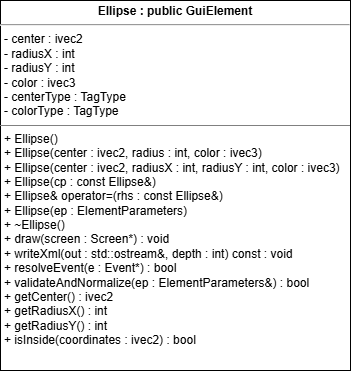
Before: images/Ellipse_UML.png, a diagram exported from draw.io (cgreen2048/ArtHuddle). Source tidied: cells renumbered, new cells last; positions are measured from the earlier drawing's top-left corner, leaving out a move shared by most shapes.
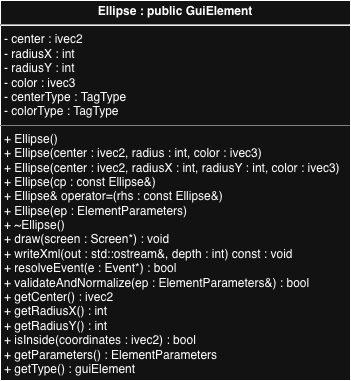
The same file after the commit.

Change to the diagram source:
```diff
@@ -2,8 +2,8 @@
   <root>
     <mxCell id="0" />
     <mxCell id="1" parent="0" />
-    <mxCell id="2" value="&lt;p style=&quot;margin:0px;margin-top:4px;text-align:center;&quot;&gt;&lt;b&gt;Ellipse : public GuiElement&lt;/b&gt;&lt;/p&gt;&lt;hr&gt;&lt;p style=&quot;margin:0px;margin-left:4px;&quot;&gt;- center :&amp;nbsp;&lt;span style=&quot;background-color: transparent; color: light-dark(rgb(0, 0, 0), rgb(255, 255, 255));&quot;&gt;ivec2&lt;/span&gt;&lt;/p&gt;&lt;p style=&quot;margin:0px;margin-left:4px;&quot;&gt;- radiusX : int&lt;/p&gt;&lt;p style=&quot;margin:0px;margin-left:4px;&quot;&gt;- radiusY : int&lt;/p&gt;&lt;p style=&quot;margin:0px;margin-left:4px;&quot;&gt;- color : ivec3&lt;/p&gt;&lt;p style=&quot;margin:0px;margin-left:4px;&quot;&gt;- centerType :&amp;nbsp;&lt;span style=&quot;background-color: transparent; color: light-dark(rgb(0, 0, 0), rgb(255, 255, 255));&quot;&gt;TagType&lt;/span&gt;&lt;/p&gt;&lt;p style=&quot;margin:0px;margin-left:4px;&quot;&gt;- colorType : TagType&lt;/p&gt;&lt;hr size=&quot;1&quot; style=&quot;border-style:solid;&quot;&gt;&lt;p style=&quot;margin:0px;margin-left:4px;&quot;&gt;+ Ellipse()&lt;/p&gt;&lt;p style=&quot;margin:0px;margin-left:4px;&quot;&gt;&lt;span style=&quot;background-color: transparent; color: light-dark(rgb(0, 0, 0), rgb(255, 255, 255));&quot;&gt;+&lt;/span&gt;&lt;span style=&quot;background-color: transparent; color: light-dark(rgb(0, 0, 0), rgb(255, 255, 255));&quot;&gt;&amp;nbsp;&lt;/span&gt;Ellipse(center : ivec2, radius : int, color : ivec3)&lt;/p&gt;&lt;p style=&quot;margin:0px;margin-left:4px;&quot;&gt;&lt;span style=&quot;background-color: transparent; color: light-dark(rgb(0, 0, 0), rgb(255, 255, 255));&quot;&gt;+&lt;/span&gt;&lt;span style=&quot;background-color: transparent; color: light-dark(rgb(0, 0, 0), rgb(255, 255, 255));&quot;&gt;&amp;nbsp;&lt;/span&gt;Ellipse(center : ivec2, radiusX : int, radiusY : int, color : ivec3)&lt;/p&gt;&lt;p style=&quot;margin:0px;margin-left:4px;&quot;&gt;&lt;span style=&quot;background-color: transparent; color: light-dark(rgb(0, 0, 0), rgb(255, 255, 255));&quot;&gt;+&lt;/span&gt;&lt;span style=&quot;background-color: transparent; color: light-dark(rgb(0, 0, 0), rgb(255, 255, 255));&quot;&gt;&amp;nbsp;&lt;/span&gt;Ellipse(cp :&amp;nbsp;&lt;span style=&quot;background-color: transparent; color: light-dark(rgb(0, 0, 0), rgb(255, 255, 255));&quot;&gt;const Ellipse&amp;amp;&lt;/span&gt;&lt;span style=&quot;background-color: transparent; color: light-dark(rgb(0, 0, 0), rgb(255, 255, 255));&quot;&gt;)&lt;/span&gt;&lt;/p&gt;&lt;p style=&quot;margin:0px;margin-left:4px;&quot;&gt;&lt;span style=&quot;background-color: transparent; color: light-dark(rgb(0, 0, 0), rgb(255, 255, 255));&quot;&gt;+&lt;/span&gt;&lt;span style=&quot;background-color: transparent; color: light-dark(rgb(0, 0, 0), rgb(255, 255, 255));&quot;&gt;&amp;nbsp;&lt;/span&gt;Ellipse&amp;amp; operator=(rhs :&amp;nbsp;&lt;span style=&quot;background-color: transparent; color: light-dark(rgb(0, 0, 0), rgb(255, 255, 255));&quot;&gt;const Ellipse&amp;amp;&lt;/span&gt;&lt;span style=&quot;background-color: transparent; color: light-dark(rgb(0, 0, 0), rgb(255, 255, 255));&quot;&gt;)&lt;/span&gt;&lt;/p&gt;&lt;p style=&quot;margin:0px;margin-left:4px;&quot;&gt;&lt;span style=&quot;background-color: transparent; color: light-dark(rgb(0, 0, 0), rgb(255, 255, 255));&quot;&gt;+&lt;/span&gt;&lt;span style=&quot;background-color: transparent; color: light-dark(rgb(0, 0, 0), rgb(255, 255, 255));&quot;&gt;&amp;nbsp;&lt;/span&gt;Ellipse(ep :&amp;nbsp;&lt;span style=&quot;background-color: transparent; color: light-dark(rgb(0, 0, 0), rgb(255, 255, 255));&quot;&gt;ElementParameters&lt;/span&gt;&lt;span style=&quot;background-color: transparent; color: light-dark(rgb(0, 0, 0), rgb(255, 255, 255));&quot;&gt;)&lt;/span&gt;&lt;/p&gt;&lt;p style=&quot;margin:0px;margin-left:4px;&quot;&gt;&lt;span style=&quot;background-color: transparent; color: light-dark(rgb(0, 0, 0), rgb(255, 255, 255));&quot;&gt;+&lt;/span&gt;&lt;span style=&quot;background-color: transparent; color: light-dark(rgb(0, 0, 0), rgb(255, 255, 255));&quot;&gt;&amp;nbsp;&lt;/span&gt;~Ellipse()&lt;/p&gt;&lt;p style=&quot;margin:0px;margin-left:4px;&quot;&gt;&lt;span style=&quot;background-color: transparent; color: light-dark(rgb(0, 0, 0), rgb(255, 255, 255));&quot;&gt;+&lt;/span&gt;&lt;span style=&quot;background-color: transparent; color: light-dark(rgb(0, 0, 0), rgb(255, 255, 255));&quot;&gt;&amp;nbsp;&lt;/span&gt;draw(screen :&amp;nbsp;&lt;span style=&quot;background-color: transparent; color: light-dark(rgb(0, 0, 0), rgb(255, 255, 255));&quot;&gt;Screen*&lt;/span&gt;&lt;span style=&quot;background-color: transparent; color: light-dark(rgb(0, 0, 0), rgb(255, 255, 255));&quot;&gt;) : void&lt;/span&gt;&lt;/p&gt;&lt;p style=&quot;margin:0px;margin-left:4px;&quot;&gt;&lt;span style=&quot;background-color: transparent; color: light-dark(rgb(0, 0, 0), rgb(255, 255, 255));&quot;&gt;+&lt;/span&gt;&lt;span style=&quot;background-color: transparent; color: light-dark(rgb(0, 0, 0), rgb(255, 255, 255));&quot;&gt;&amp;nbsp;&lt;/span&gt;writeXml(out :&amp;nbsp;&lt;span style=&quot;background-color: transparent; color: light-dark(rgb(0, 0, 0), rgb(255, 255, 255));&quot;&gt;std::ostream&amp;amp;&lt;/span&gt;&lt;span style=&quot;background-color: transparent; color: light-dark(rgb(0, 0, 0), rgb(255, 255, 255));&quot;&gt;, depth :&amp;nbsp;&lt;/span&gt;&lt;span style=&quot;background-color: transparent; color: light-dark(rgb(0, 0, 0), rgb(255, 255, 255));&quot;&gt;int&lt;/span&gt;&lt;span style=&quot;background-color: transparent; color: light-dark(rgb(0, 0, 0), rgb(255, 255, 255));&quot;&gt;) const :&amp;nbsp;&lt;/span&gt;&lt;span style=&quot;background-color: transparent; color: light-dark(rgb(0, 0, 0), rgb(255, 255, 255));&quot;&gt;void&lt;/span&gt;&lt;/p&gt;&lt;p style=&quot;margin:0px;margin-left:4px;&quot;&gt;&lt;span style=&quot;background-color: transparent; color: light-dark(rgb(0, 0, 0), rgb(255, 255, 255));&quot;&gt;+&lt;/span&gt;&lt;span style=&quot;background-color: transparent; color: light-dark(rgb(0, 0, 0), rgb(255, 255, 255));&quot;&gt;&amp;nbsp;&lt;/span&gt;resolveEvent(e :&amp;nbsp;&lt;span style=&quot;background-color: transparent; color: light-dark(rgb(0, 0, 0), rgb(255, 255, 255));&quot;&gt;Event*&lt;/span&gt;&lt;span style=&quot;background-color: transparent; color: light-dark(rgb(0, 0, 0), rgb(255, 255, 255));&quot;&gt;) : bool&lt;/span&gt;&lt;/p&gt;&lt;p style=&quot;margin:0px;margin-left:4px;&quot;&gt;&lt;span style=&quot;background-color: transparent; color: light-dark(rgb(0, 0, 0), rgb(255, 255, 255));&quot;&gt;+&lt;/span&gt;&lt;span style=&quot;background-color: transparent; color: light-dark(rgb(0, 0, 0), rgb(255, 255, 255));&quot;&gt;&amp;nbsp;validateAndNormalize&lt;/span&gt;(ep :&amp;nbsp;&lt;span style=&quot;background-color: transparent; color: light-dark(rgb(0, 0, 0), rgb(255, 255, 255));&quot;&gt;ElementParameters&amp;amp;&lt;/span&gt;&lt;span style=&quot;background-color: transparent; color: light-dark(rgb(0, 0, 0), rgb(255, 255, 255));&quot;&gt;) : bool&lt;/span&gt;&lt;/p&gt;&lt;p style=&quot;margin:0px;margin-left:4px;&quot;&gt;&lt;span style=&quot;background-color: transparent; color: light-dark(rgb(0, 0, 0), rgb(255, 255, 255));&quot;&gt;+&lt;/span&gt;&lt;span style=&quot;background-color: transparent; color: light-dark(rgb(0, 0, 0), rgb(255, 255, 255));&quot;&gt;&amp;nbsp;&lt;/span&gt;getCenter() : ivec2&lt;/p&gt;&lt;p style=&quot;margin:0px;margin-left:4px;&quot;&gt;&lt;span style=&quot;background-color: transparent; color: light-dark(rgb(0, 0, 0), rgb(255, 255, 255));&quot;&gt;+&lt;/span&gt;&lt;span style=&quot;background-color: transparent; color: light-dark(rgb(0, 0, 0), rgb(255, 255, 255));&quot;&gt;&amp;nbsp;&lt;/span&gt;getRadiusX() : int&lt;/p&gt;&lt;p style=&quot;margin:0px;margin-left:4px;&quot;&gt;&lt;span style=&quot;background-color: transparent; color: light-dark(rgb(0, 0, 0), rgb(255, 255, 255));&quot;&gt;+&lt;/span&gt;&lt;span style=&quot;background-color: transparent; color: light-dark(rgb(0, 0, 0), rgb(255, 255, 255));&quot;&gt;&amp;nbsp;&lt;/span&gt;getRadiusY() : int&lt;/p&gt;&lt;p style=&quot;margin:0px;margin-left:4px;&quot;&gt;&lt;span style=&quot;background-color: transparent; color: light-dark(rgb(0, 0, 0), rgb(255, 255, 255));&quot;&gt;+&lt;/span&gt;&lt;span style=&quot;background-color: transparent; color: light-dark(rgb(0, 0, 0), rgb(255, 255, 255));&quot;&gt;&amp;nbsp;&lt;/span&gt;isInside(coordinates :&amp;nbsp;&lt;span style=&quot;background-color: transparent; color: light-dark(rgb(0, 0, 0), rgb(255, 255, 255));&quot;&gt;ivec2&lt;/span&gt;&lt;span style=&quot;background-color: transparent; color: light-dark(rgb(0, 0, 0), rgb(255, 255, 255));&quot;&gt;) : bool&lt;/span&gt;&lt;/p&gt;" style="verticalAlign=top;align=left;overflow=fill;html=1;whiteSpace=wrap;" parent="1" vertex="1">
-      <mxGeometry width="350" height="370" as="geometry" />
+    <mxCell id="2" value="&lt;p style=&quot;margin:0px;margin-top:4px;text-align:center;&quot;&gt;&lt;b&gt;Ellipse : public GuiElement&lt;/b&gt;&lt;/p&gt;&lt;hr&gt;&lt;p style=&quot;margin:0px;margin-left:4px;&quot;&gt;- center :&amp;nbsp;&lt;span style=&quot;background-color: transparent; color: light-dark(rgb(0, 0, 0), rgb(255, 255, 255));&quot;&gt;ivec2&lt;/span&gt;&lt;/p&gt;&lt;p style=&quot;margin:0px;margin-left:4px;&quot;&gt;- radiusX : int&lt;/p&gt;&lt;p style=&quot;margin:0px;margin-left:4px;&quot;&gt;- radiusY : int&lt;/p&gt;&lt;p style=&quot;margin:0px;margin-left:4px;&quot;&gt;- color : ivec3&lt;/p&gt;&lt;p style=&quot;margin:0px;margin-left:4px;&quot;&gt;- centerType :&amp;nbsp;&lt;span style=&quot;background-color: transparent; color: light-dark(rgb(0, 0, 0), rgb(255, 255, 255));&quot;&gt;TagType&lt;/span&gt;&lt;/p&gt;&lt;p style=&quot;margin:0px;margin-left:4px;&quot;&gt;- colorType : TagType&lt;/p&gt;&lt;hr size=&quot;1&quot; style=&quot;border-style:solid;&quot;&gt;&lt;p style=&quot;margin:0px;margin-left:4px;&quot;&gt;+ Ellipse()&lt;/p&gt;&lt;p style=&quot;margin:0px;margin-left:4px;&quot;&gt;&lt;span style=&quot;background-color: transparent; color: light-dark(rgb(0, 0, 0), rgb(255, 255, 255));&quot;&gt;+&lt;/span&gt;&lt;span style=&quot;background-color: transparent; color: light-dark(rgb(0, 0, 0), rgb(255, 255, 255));&quot;&gt;&amp;nbsp;&lt;/span&gt;Ellipse(center : ivec2, radius : int, color : ivec3)&lt;/p&gt;&lt;p style=&quot;margin:0px;margin-left:4px;&quot;&gt;&lt;span style=&quot;background-color: transparent; color: light-dark(rgb(0, 0, 0), rgb(255, 255, 255));&quot;&gt;+&lt;/span&gt;&lt;span style=&quot;background-color: transparent; color: light-dark(rgb(0, 0, 0), rgb(255, 255, 255));&quot;&gt;&amp;nbsp;&lt;/span&gt;Ellipse(center : ivec2, radiusX : int, radiusY : int, color : ivec3)&lt;/p&gt;&lt;p style=&quot;margin:0px;margin-left:4px;&quot;&gt;&lt;span style=&quot;background-color: transparent; color: light-dark(rgb(0, 0, 0), rgb(255, 255, 255));&quot;&gt;+&lt;/span&gt;&lt;span style=&quot;background-color: transparent; color: light-dark(rgb(0, 0, 0), rgb(255, 255, 255));&quot;&gt;&amp;nbsp;&lt;/span&gt;Ellipse(cp :&amp;nbsp;&lt;span style=&quot;background-color: transparent; color: light-dark(rgb(0, 0, 0), rgb(255, 255, 255));&quot;&gt;const Ellipse&amp;amp;&lt;/span&gt;&lt;span style=&quot;background-color: transparent; color: light-dark(rgb(0, 0, 0), rgb(255, 255, 255));&quot;&gt;)&lt;/span&gt;&lt;/p&gt;&lt;p style=&quot;margin:0px;margin-left:4px;&quot;&gt;&lt;span style=&quot;background-color: transparent; color: light-dark(rgb(0, 0, 0), rgb(255, 255, 255));&quot;&gt;+&lt;/span&gt;&lt;span style=&quot;background-color: transparent; color: light-dark(rgb(0, 0, 0), rgb(255, 255, 255));&quot;&gt;&amp;nbsp;&lt;/span&gt;Ellipse&amp;amp; operator=(rhs :&amp;nbsp;&lt;span style=&quot;background-color: transparent; color: light-dark(rgb(0, 0, 0), rgb(255, 255, 255));&quot;&gt;const Ellipse&amp;amp;&lt;/span&gt;&lt;span style=&quot;background-color: transparent; color: light-dark(rgb(0, 0, 0), rgb(255, 255, 255));&quot;&gt;)&lt;/span&gt;&lt;/p&gt;&lt;p style=&quot;margin:0px;margin-left:4px;&quot;&gt;&lt;span style=&quot;background-color: transparent; color: light-dark(rgb(0, 0, 0), rgb(255, 255, 255));&quot;&gt;+&lt;/span&gt;&lt;span style=&quot;background-color: transparent; color: light-dark(rgb(0, 0, 0), rgb(255, 255, 255));&quot;&gt;&amp;nbsp;&lt;/span&gt;Ellipse(ep :&amp;nbsp;&lt;span style=&quot;background-color: transparent; color: light-dark(rgb(0, 0, 0), rgb(255, 255, 255));&quot;&gt;ElementParameters&lt;/span&gt;&lt;span style=&quot;background-color: transparent; color: light-dark(rgb(0, 0, 0), rgb(255, 255, 255));&quot;&gt;)&lt;/span&gt;&lt;/p&gt;&lt;p style=&quot;margin:0px;margin-left:4px;&quot;&gt;&lt;span style=&quot;background-color: transparent; color: light-dark(rgb(0, 0, 0), rgb(255, 255, 255));&quot;&gt;+&lt;/span&gt;&lt;span style=&quot;background-color: transparent; color: light-dark(rgb(0, 0, 0), rgb(255, 255, 255));&quot;&gt;&amp;nbsp;&lt;/span&gt;~Ellipse()&lt;/p&gt;&lt;p style=&quot;margin:0px;margin-left:4px;&quot;&gt;&lt;span style=&quot;background-color: transparent; color: light-dark(rgb(0, 0, 0), rgb(255, 255, 255));&quot;&gt;+&lt;/span&gt;&lt;span style=&quot;background-color: transparent; color: light-dark(rgb(0, 0, 0), rgb(255, 255, 255));&quot;&gt;&amp;nbsp;&lt;/span&gt;draw(screen :&amp;nbsp;&lt;span style=&quot;background-color: transparent; color: light-dark(rgb(0, 0, 0), rgb(255, 255, 255));&quot;&gt;Screen*&lt;/span&gt;&lt;span style=&quot;background-color: transparent; color: light-dark(rgb(0, 0, 0), rgb(255, 255, 255));&quot;&gt;) : void&lt;/span&gt;&lt;/p&gt;&lt;p style=&quot;margin:0px;margin-left:4px;&quot;&gt;&lt;span style=&quot;background-color: transparent; color: light-dark(rgb(0, 0, 0), rgb(255, 255, 255));&quot;&gt;+&lt;/span&gt;&lt;span style=&quot;background-color: transparent; color: light-dark(rgb(0, 0, 0), rgb(255, 255, 255));&quot;&gt;&amp;nbsp;&lt;/span&gt;writeXml(out :&amp;nbsp;&lt;span style=&quot;background-color: transparent; color: light-dark(rgb(0, 0, 0), rgb(255, 255, 255));&quot;&gt;std::ostream&amp;amp;&lt;/span&gt;&lt;span style=&quot;background-color: transparent; color: light-dark(rgb(0, 0, 0), rgb(255, 255, 255));&quot;&gt;, depth :&amp;nbsp;&lt;/span&gt;&lt;span style=&quot;background-color: transparent; color: light-dark(rgb(0, 0, 0), rgb(255, 255, 255));&quot;&gt;int&lt;/span&gt;&lt;span style=&quot;background-color: transparent; color: light-dark(rgb(0, 0, 0), rgb(255, 255, 255));&quot;&gt;) const :&amp;nbsp;&lt;/span&gt;&lt;span style=&quot;background-color: transparent; color: light-dark(rgb(0, 0, 0), rgb(255, 255, 255));&quot;&gt;void&lt;/span&gt;&lt;/p&gt;&lt;p style=&quot;margin:0px;margin-left:4px;&quot;&gt;&lt;span style=&quot;background-color: transparent; color: light-dark(rgb(0, 0, 0), rgb(255, 255, 255));&quot;&gt;+&lt;/span&gt;&lt;span style=&quot;background-color: transparent; color: light-dark(rgb(0, 0, 0), rgb(255, 255, 255));&quot;&gt;&amp;nbsp;&lt;/span&gt;resolveEvent(e :&amp;nbsp;&lt;span style=&quot;background-color: transparent; color: light-dark(rgb(0, 0, 0), rgb(255, 255, 255));&quot;&gt;Event*&lt;/span&gt;&lt;span style=&quot;background-color: transparent; color: light-dark(rgb(0, 0, 0), rgb(255, 255, 255));&quot;&gt;) : bool&lt;/span&gt;&lt;/p&gt;&lt;p style=&quot;margin:0px;margin-left:4px;&quot;&gt;&lt;span style=&quot;background-color: transparent; color: light-dark(rgb(0, 0, 0), rgb(255, 255, 255));&quot;&gt;+&lt;/span&gt;&lt;span style=&quot;background-color: transparent; color: light-dark(rgb(0, 0, 0), rgb(255, 255, 255));&quot;&gt;&amp;nbsp;validateAndNormalize&lt;/span&gt;(ep :&amp;nbsp;&lt;span style=&quot;background-color: transparent; color: light-dark(rgb(0, 0, 0), rgb(255, 255, 255));&quot;&gt;ElementParameters&amp;amp;&lt;/span&gt;&lt;span style=&quot;background-color: transparent; color: light-dark(rgb(0, 0, 0), rgb(255, 255, 255));&quot;&gt;) : bool&lt;/span&gt;&lt;/p&gt;&lt;p style=&quot;margin:0px;margin-left:4px;&quot;&gt;&lt;span style=&quot;background-color: transparent; color: light-dark(rgb(0, 0, 0), rgb(255, 255, 255));&quot;&gt;+&lt;/span&gt;&lt;span style=&quot;background-color: transparent; color: light-dark(rgb(0, 0, 0), rgb(255, 255, 255));&quot;&gt;&amp;nbsp;&lt;/span&gt;getCenter() : ivec2&lt;/p&gt;&lt;p style=&quot;margin:0px;margin-left:4px;&quot;&gt;&lt;span style=&quot;background-color: transparent; color: light-dark(rgb(0, 0, 0), rgb(255, 255, 255));&quot;&gt;+&lt;/span&gt;&lt;span style=&quot;background-color: transparent; color: light-dark(rgb(0, 0, 0), rgb(255, 255, 255));&quot;&gt;&amp;nbsp;&lt;/span&gt;getRadiusX() : int&lt;/p&gt;&lt;p style=&quot;margin:0px;margin-left:4px;&quot;&gt;&lt;span style=&quot;background-color: transparent; color: light-dark(rgb(0, 0, 0), rgb(255, 255, 255));&quot;&gt;+&lt;/span&gt;&lt;span style=&quot;background-color: transparent; color: light-dark(rgb(0, 0, 0), rgb(255, 255, 255));&quot;&gt;&amp;nbsp;&lt;/span&gt;getRadiusY() : int&lt;/p&gt;&lt;p style=&quot;margin:0px;margin-left:4px;&quot;&gt;&lt;span style=&quot;background-color: transparent; color: light-dark(rgb(0, 0, 0), rgb(255, 255, 255));&quot;&gt;+&lt;/span&gt;&lt;span style=&quot;background-color: transparent; color: light-dark(rgb(0, 0, 0), rgb(255, 255, 255));&quot;&gt;&amp;nbsp;&lt;/span&gt;isInside(coordinates :&amp;nbsp;&lt;span style=&quot;background-color: transparent; color: light-dark(rgb(0, 0, 0), rgb(255, 255, 255));&quot;&gt;ivec2&lt;/span&gt;&lt;span style=&quot;background-color: transparent; color: light-dark(rgb(0, 0, 0), rgb(255, 255, 255));&quot;&gt;) : bool&lt;/span&gt;&lt;/p&gt;&lt;p style=&quot;margin: 0px 0px 0px 4px;&quot;&gt;&lt;span style=&quot;background-color: transparent;&quot;&gt;+ getParameters() : ElementParameters&lt;/span&gt;&lt;/p&gt;&lt;p style=&quot;margin: 0px 0px 0px 4px;&quot;&gt;&lt;span style=&quot;background-color: transparent;&quot;&gt;+ getType() : guiElement&lt;/span&gt;&lt;/p&gt;" style="verticalAlign=top;align=left;overflow=fill;html=1;whiteSpace=wrap;" parent="1" vertex="1">
+      <mxGeometry width="350" height="380" as="geometry" />
     </mxCell>
   </root>
 </mxGraphModel>
```
